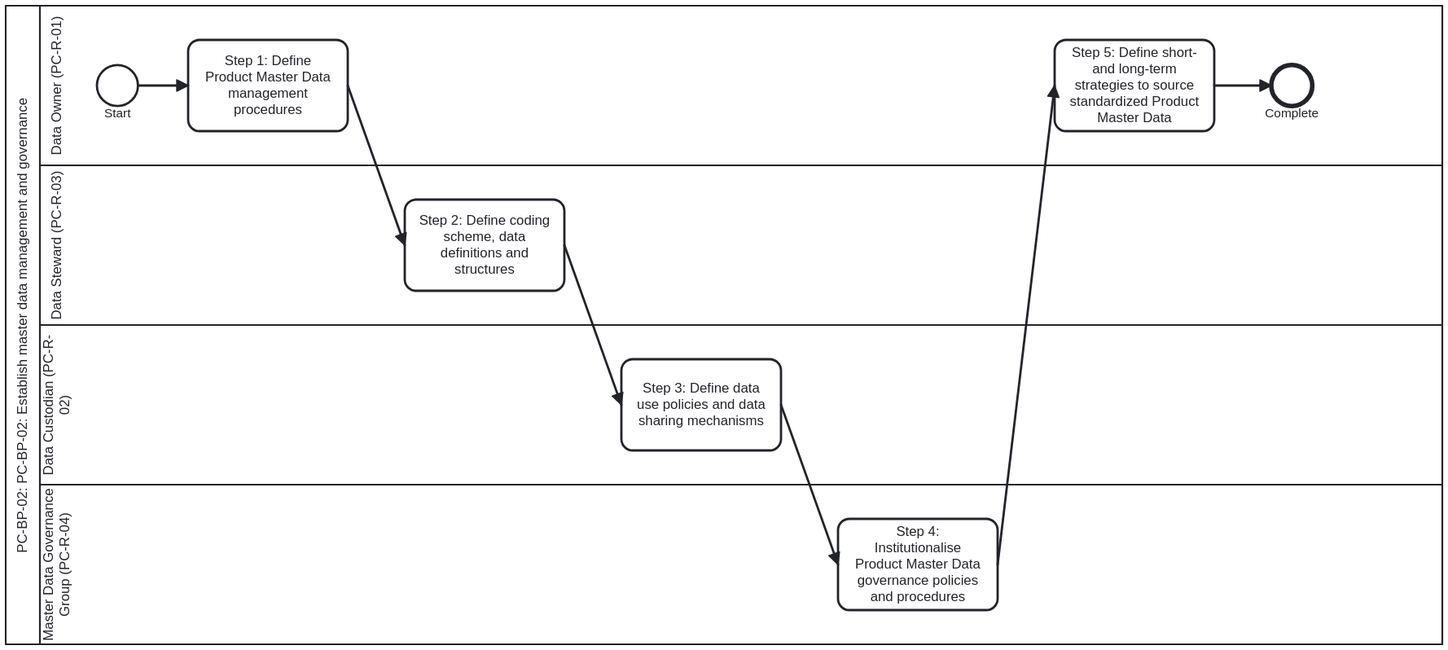
The BPMN diagram folio/dth-pc/media/PC-BP-02.svg in litlfred/dth-pc, before a commit. Its source is kept beside it as processes/PC-BP-02.bpmn. Ids are renumbered.
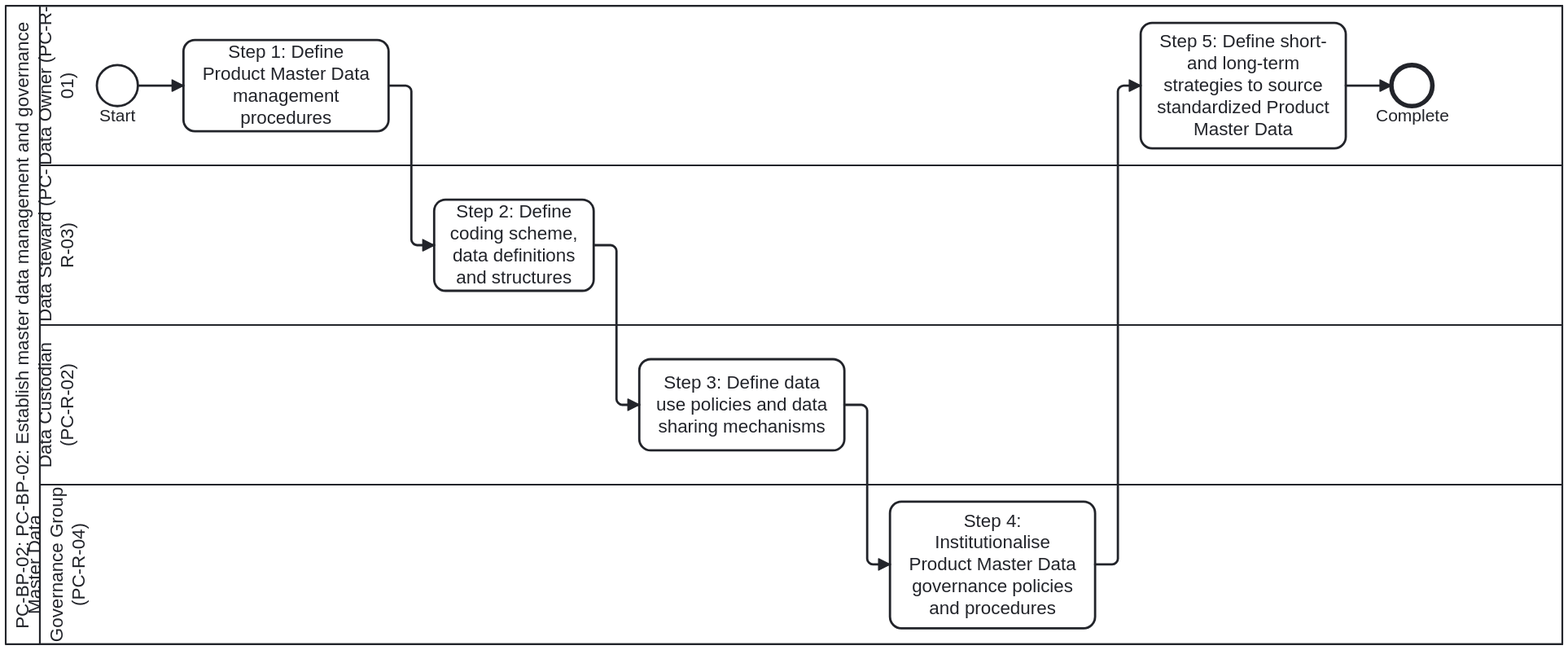
After the change.

Diff of the diagram source:
```diff
@@ -81,64 +81,72 @@
   <bpmndi:BPMNDiagram id="BPMNDiagram_PC_BP_02">
     <bpmndi:BPMNPlane id="BPMNPlane_PC_BP_02" bpmnElement="Collaboration_PC_BP_02">
       <bpmndi:BPMNShape id="Participant_PC_BP_02_di" bpmnElement="Participant_PC_BP_02" isHorizontal="true">
-        <dc:Bounds x="100" y="60" width="1260" height="560" />
+        <dc:Bounds x="100" y="60" width="1366" height="560" />
       </bpmndi:BPMNShape>
       <bpmndi:BPMNShape id="Lane_1_di" bpmnElement="Lane_1" isHorizontal="true">
-        <dc:Bounds x="130" y="60" width="1230" height="140" />
+        <dc:Bounds x="130" y="60" width="1336" height="140" />
       </bpmndi:BPMNShape>
       <bpmndi:BPMNShape id="Lane_2_di" bpmnElement="Lane_2" isHorizontal="true">
-        <dc:Bounds x="130" y="200" width="1230" height="140" />
+        <dc:Bounds x="130" y="200" width="1336" height="140" />
       </bpmndi:BPMNShape>
       <bpmndi:BPMNShape id="Lane_3_di" bpmnElement="Lane_3" isHorizontal="true">
-        <dc:Bounds x="130" y="340" width="1230" height="140" />
+        <dc:Bounds x="130" y="340" width="1336" height="140" />
       </bpmndi:BPMNShape>
       <bpmndi:BPMNShape id="Lane_4_di" bpmnElement="Lane_4" isHorizontal="true">
-        <dc:Bounds x="130" y="480" width="1230" height="140" />
+        <dc:Bounds x="130" y="480" width="1336" height="140" />
       </bpmndi:BPMNShape>
       <bpmndi:BPMNShape id="StartEvent_1_di" bpmnElement="StartEvent_1">
         <dc:Bounds x="180" y="112" width="36" height="36" />
       </bpmndi:BPMNShape>
       <bpmndi:BPMNShape id="Task_1_di" bpmnElement="Task_1">
-        <dc:Bounds x="260" y="90" width="140" height="80" />
+        <dc:Bounds x="256" y="90" width="180" height="80" />
       </bpmndi:BPMNShape>
       <bpmndi:BPMNShape id="Task_2_di" bpmnElement="Task_2">
-        <dc:Bounds x="450" y="230" width="140" height="80" />
+        <dc:Bounds x="476" y="230" width="140" height="80" />
       </bpmndi:BPMNShape>
       <bpmndi:BPMNShape id="Task_3_di" bpmnElement="Task_3">
-        <dc:Bounds x="640" y="370" width="140" height="80" />
+        <dc:Bounds x="656" y="370" width="180" height="80" />
       </bpmndi:BPMNShape>
       <bpmndi:BPMNShape id="Task_4_di" bpmnElement="Task_4">
-        <dc:Bounds x="830" y="510" width="140" height="80" />
+        <dc:Bounds x="876" y="494.5" width="180" height="111" />
       </bpmndi:BPMNShape>
       <bpmndi:BPMNShape id="Task_5_di" bpmnElement="Task_5">
-        <dc:Bounds x="1020" y="90" width="140" height="80" />
+        <dc:Bounds x="1096" y="75" width="180" height="110" />
       </bpmndi:BPMNShape>
       <bpmndi:BPMNShape id="EndEvent_1_di" bpmnElement="EndEvent_1">
-        <dc:Bounds x="1210" y="112" width="36" height="36" />
+        <dc:Bounds x="1316" y="112" width="36" height="36" />
       </bpmndi:BPMNShape>
       <bpmndi:BPMNEdge id="Flow_0_di" bpmnElement="Flow_0">
         <di:waypoint x="216" y="130" />
-        <di:waypoint x="260" y="130" />
+        <di:waypoint x="256" y="130" />
       </bpmndi:BPMNEdge>
       <bpmndi:BPMNEdge id="Flow_1_di" bpmnElement="Flow_1">
-        <di:waypoint x="400" y="130" />
-        <di:waypoint x="450" y="270" />
+        <di:waypoint x="436" y="130" />
+        <di:waypoint x="456" y="130" />
+        <di:waypoint x="456" y="270" />
+        <di:waypoint x="476" y="270" />
       </bpmndi:BPMNEdge>
       <bpmndi:BPMNEdge id="Flow_2_di" bpmnElement="Flow_2">
-        <di:waypoint x="590" y="270" />
-        <di:waypoint x="640" y="410" />
+        <di:waypoint x="616" y="270" />
+        <di:waypoint x="636" y="270" />
+        <di:waypoint x="636" y="410" />
+        <di:waypoint x="656" y="410" />
       </bpmndi:BPMNEdge>
       <bpmndi:BPMNEdge id="Flow_3_di" bpmnElement="Flow_3">
-        <di:waypoint x="780" y="410" />
-        <di:waypoint x="830" y="550" />
+        <di:waypoint x="836" y="410" />
+        <di:waypoint x="856" y="410" />
+        <di:waypoint x="856" y="550" />
+        <di:waypoint x="876" y="550" />
       </bpmndi:BPMNEdge>
       <bpmndi:BPMNEdge id="Flow_4_di" bpmnElement="Flow_4">
-        <di:waypoint x="970" y="550" />
-        <di:waypoint x="1020" y="130" />
+        <di:waypoint x="1056" y="550" />
+        <di:waypoint x="1076" y="550" />
+        <di:waypoint x="1076" y="130" />
+        <di:waypoint x="1096" y="130" />
       </bpmndi:BPMNEdge>
       <bpmndi:BPMNEdge id="Flow_5_di" bpmnElement="Flow_5">
-        <di:waypoint x="1160" y="130" />
-        <di:waypoint x="1210" y="130" />
+        <di:waypoint x="1276" y="130" />
+        <di:waypoint x="1316" y="130" />
       </bpmndi:BPMNEdge>
     </bpmndi:BPMNPlane>
   </bpmndi:BPMNDiagram>
```
